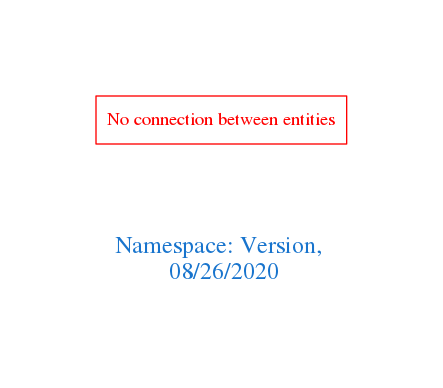
This is downloads/Version.png from arago/OGIT, a Graphviz export, as it was before one commit. Its source is kept beside it as downloads/Version.dot.
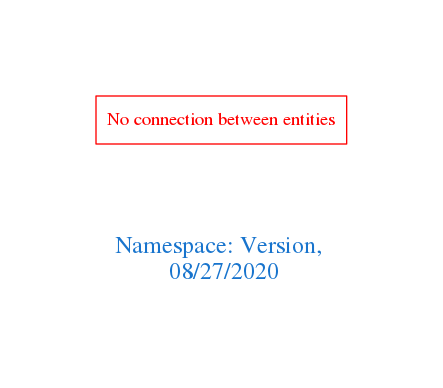
Later version of the same file.

What changed in the source:
```diff
@@ -1,7 +1,7 @@
 digraph OGIT_ontology {
  graph [ rankdir= LR,pad=1
 fontsize = 18,
-fontcolor= dodgerblue3,label = "\n\n\nNamespace: Version, \n 08/26/2020"];
+fontcolor= dodgerblue3,label = "\n\n\nNamespace: Version, \n 08/27/2020"];
 node[shape=polygon];
 edge [  color="gray81"];
 
```
